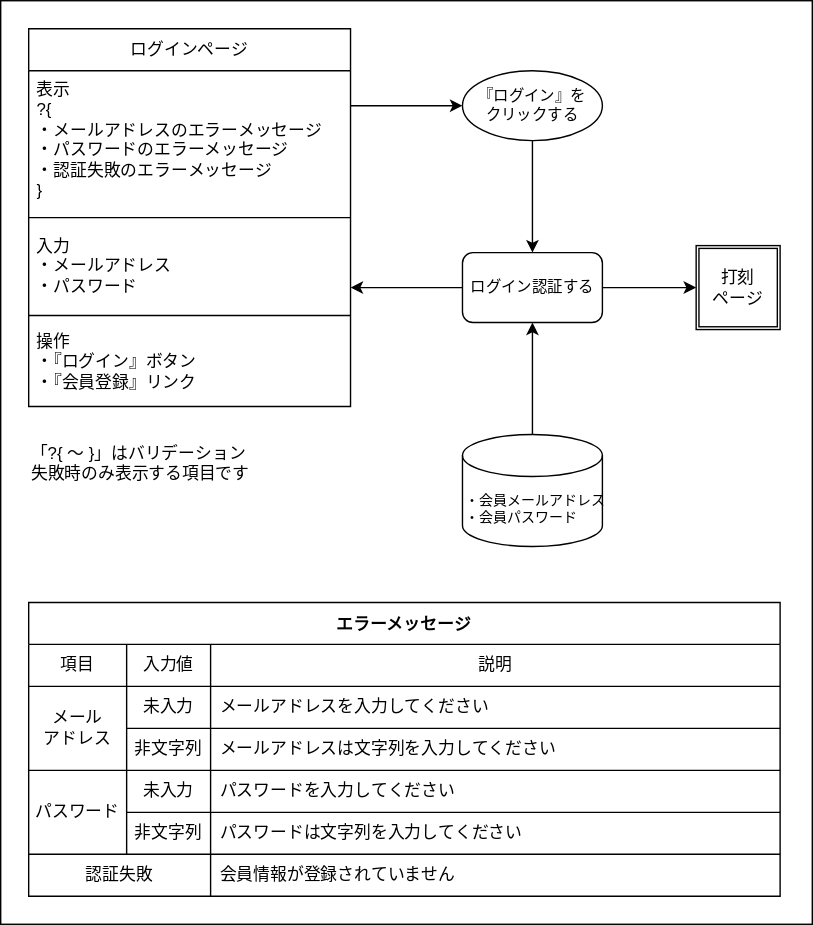
ryamao/atte keeps this draw.io diagram as doc/画面遷移図/認証ページ/ログイン.drawio.svg. Above is the earlier version. Source tidied: cells renumbered, new cells last; positions are measured from the earlier drawing's top-left corner, leaving out a move shared by most shapes.
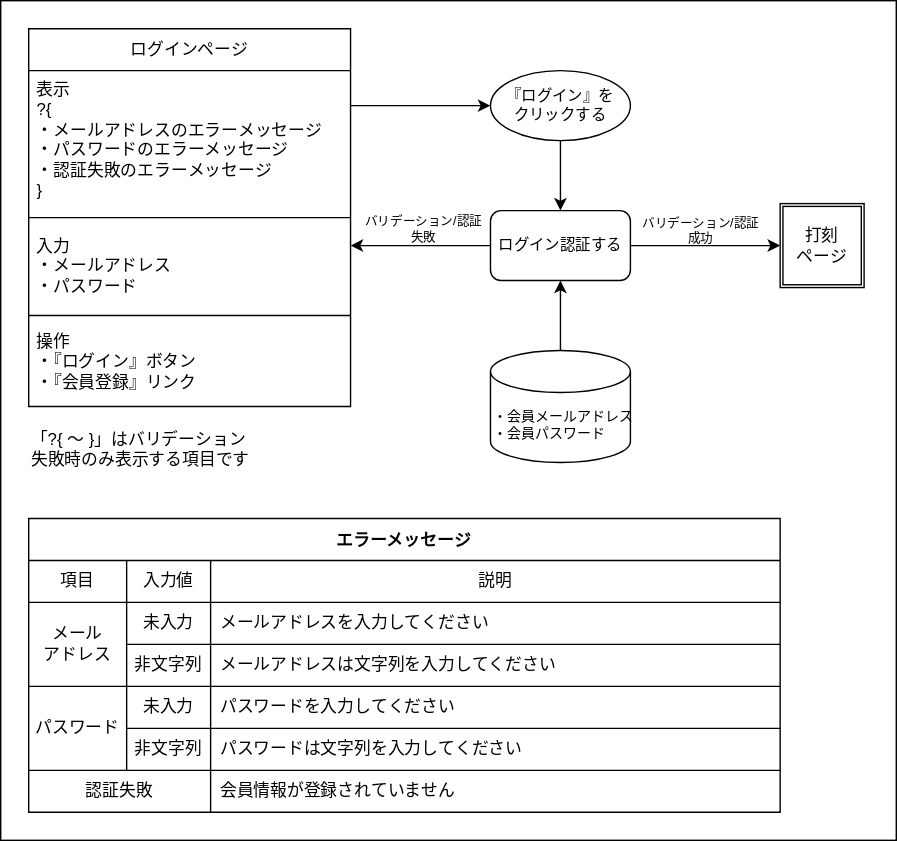
The same file after the commit.

The edit, as a diff of the source:
```diff
@@ -3,7 +3,7 @@
     <mxCell id="0" />
     <mxCell id="1" parent="0" />
     <mxCell id="2" style="rounded=0;whiteSpace=wrap;html=1;" parent="1" vertex="1">
-      <mxGeometry width="580" height="660" as="geometry" />
+      <mxGeometry width="640" height="600" as="geometry" />
     </mxCell>
     <mxCell id="3" value="ログインページ" style="swimlane;fontStyle=0;horizontal=1;startSize=30;whiteSpace=wrap;html=1;flipH=1;flipV=0;" parent="1" vertex="1">
       <mxGeometry x="20" y="20" width="230" height="270" as="geometry" />
@@ -23,12 +23,22 @@
     <mxCell id="8" value="操作&lt;br&gt;・『ログイン』ボタン&lt;br&gt;・『会員登録』リンク" style="text;strokeColor=none;fillColor=none;align=left;verticalAlign=top;spacingLeft=4;spacingRight=4;overflow=hidden;whiteSpace=wrap;html=1;strokeWidth=1;" parent="3" vertex="1">
       <mxGeometry y="210" width="230" height="60" as="geometry" />
     </mxCell>
-    <mxCell id="9" style="edgeStyle=none;html=1;exitX=1;exitY=0.5;exitDx=0;exitDy=0;entryX=0;entryY=0.5;entryDx=0;entryDy=0;" parent="1" edge="1" source="39" target="40">
+    <mxCell id="9" style="edgeStyle=none;html=1;" parent="1" edge="1" source="39" target="40">
       <mxGeometry relative="1" as="geometry" />
     </mxCell>
+    <mxCell id="41" value="バリデーション/認証&lt;br&gt;成功" style="edgeLabel;html=1;align=center;verticalAlign=middle;fontSize=9;" parent="9" vertex="1">
+      <mxGeometry x="0.32" relative="1" as="geometry">
+        <mxPoint x="-22" y="-12" as="offset" />
+      </mxGeometry>
+    </mxCell>
-    <mxCell id="10" style="edgeStyle=none;html=1;exitX=0;exitY=0.5;exitDx=0;exitDy=0;entryX=1;entryY=0.75;entryDx=0;entryDy=0;" parent="1" edge="1" source="39" target="6">
+    <mxCell id="10" style="edgeStyle=none;html=1;entryX=1;entryY=0.25;entryDx=0;entryDy=0;" parent="1" edge="1" source="39" target="6">
       <mxGeometry relative="1" as="geometry" />
     </mxCell>
+    <mxCell id="42" value="バリデーション/認証&lt;br style=&quot;font-size: 9px;&quot;&gt;失敗" style="edgeLabel;html=1;align=center;verticalAlign=middle;fontSize=9;" parent="10" vertex="1">
+      <mxGeometry x="-0.12" y="-3" relative="1" as="geometry">
+        <mxPoint x="-5" y="-10" as="offset" />
+      </mxGeometry>
+    </mxCell>
     <mxCell id="11" style="edgeStyle=none;html=1;exitX=0.5;exitY=1;exitDx=0;exitDy=0;entryX=0.5;entryY=0;entryDx=0;entryDy=0;" parent="1" edge="1" source="38" target="39">
       <mxGeometry relative="1" as="geometry" />
     </mxCell>
@@ -36,7 +46,7 @@
       <mxGeometry relative="1" as="geometry" />
     </mxCell>
     <mxCell id="13" value="エラーメッセージ" style="shape=table;startSize=30;fontStyle=1;align=center;" parent="1" vertex="1">
-      <mxGeometry x="20" y="430" width="537" height="210" as="geometry" />
+      <mxGeometry x="20" y="370" width="537" height="210" as="geometry" />
     </mxCell>
     <mxCell id="14" style="shape=tableRow;horizontal=0;startSize=0;swimlaneHead=0;swimlaneBody=0;top=0;left=0;bottom=0;right=0;fillColor=none;" parent="13" vertex="1">
       <mxGeometry y="30" width="537" height="30" as="geometry" />
@@ -101,23 +111,23 @@
     <mxCell id="34" value="会員情報が登録されていません" style="shape=partialRectangle;html=1;whiteSpace=wrap;fillColor=none;top=0;left=0;bottom=0;right=0;overflow=hidden;align=left;spacingLeft=5;" parent="32" vertex="1">
       <mxGeometry x="130" width="407" height="30" as="geometry" />
     </mxCell>
-    <mxCell id="35" style="edgeStyle=none;html=1;exitX=0.5;exitY=0;exitDx=0;exitDy=0;exitPerimeter=0;entryX=0.5;entryY=1;entryDx=0;entryDy=0;fontSize=11;" parent="1" edge="1" source="36" target="39">
+    <mxCell id="35" style="edgeStyle=none;html=1;fontSize=11;" parent="1" edge="1" source="36" target="39">
       <mxGeometry relative="1" as="geometry" />
     </mxCell>
     <mxCell id="36" value="・会員メールアドレス&lt;br style=&quot;font-size: 10px;&quot;&gt;・会員パスワード" style="shape=cylinder3;html=1;boundedLbl=1;backgroundOutline=1;size=15;align=left;fontSize=10;" parent="1" vertex="1">
-      <mxGeometry x="330" y="310" width="100" height="80" as="geometry" />
+      <mxGeometry x="350" y="250" width="100" height="80" as="geometry" />
     </mxCell>
     <mxCell id="37" value="「?{ 〜 }」はバリデーション失敗時のみ表示する項目です" style="text;html=1;strokeColor=none;fillColor=none;align=left;verticalAlign=top;whiteSpace=wrap;rounded=0;" parent="1" vertex="1">
-      <mxGeometry x="20" y="310" width="160" height="40" as="geometry" />
+      <mxGeometry x="20" y="300" width="160" height="40" as="geometry" />
     </mxCell>
     <mxCell id="38" value="『ログイン』を&lt;br&gt;クリックする" style="ellipse;whiteSpace=wrap;html=1;fontSize=11;" parent="1" vertex="1">
-      <mxGeometry x="330" y="50" width="100" height="50" as="geometry" />
+      <mxGeometry x="350" y="50" width="100" height="50" as="geometry" />
     </mxCell>
     <mxCell id="39" value="ログイン認証する" style="rounded=1;whiteSpace=wrap;html=1;fontSize=11;" parent="1" vertex="1">
-      <mxGeometry x="330" y="180" width="100" height="50" as="geometry" />
+      <mxGeometry x="350" y="150" width="100" height="50" as="geometry" />
     </mxCell>
     <mxCell id="40" value="打刻&lt;br&gt;ページ" style="shape=ext;double=1;whiteSpace=wrap;html=1;" parent="1" vertex="1">
-      <mxGeometry x="497" y="175" width="60" height="60" as="geometry" />
+      <mxGeometry x="557" y="145" width="60" height="60" as="geometry" />
     </mxCell>
   </root>
 </mxGraphModel>
```
